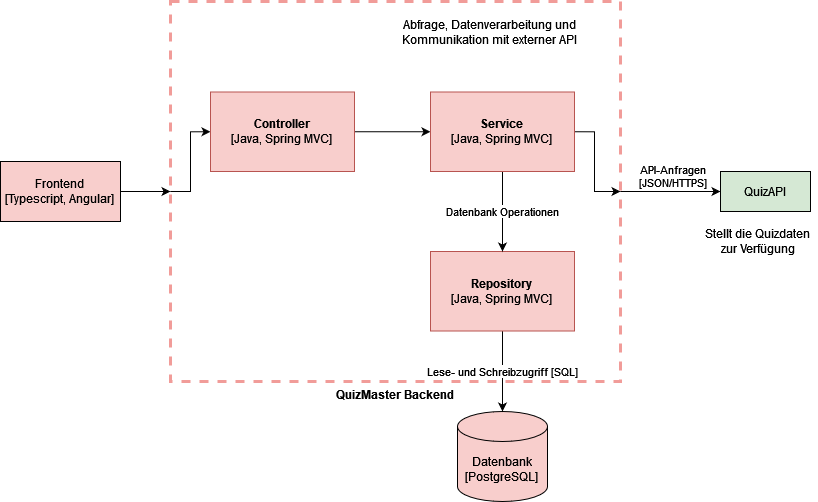
This is diagrams/ComponentDiagram.drawio.png from FranziskaGreiner/QuizMaster, a draw.io export, as it was before one commit. Source tidied: cells renumbered, new cells last; positions are measured from the earlier drawing's top-left corner, leaving out a move shared by most shapes.
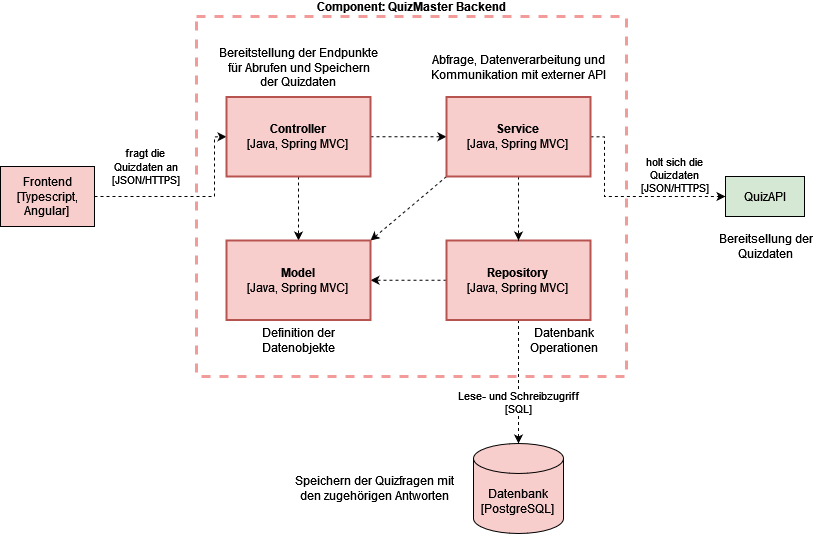
After the change.

Diff of the diagram source:
```diff
@@ -2,63 +2,86 @@
   <root>
     <mxCell id="0" />
     <mxCell id="1" parent="0" />
+    <mxCell id="5" value="Component: QuizMaster Backend" style="rounded=0;whiteSpace=wrap;html=1;fontStyle=1;fillColor=none;strokeColor=#F19C99;dashed=1;strokeWidth=3;labelPosition=center;verticalLabelPosition=top;align=center;verticalAlign=bottom;" parent="1" vertex="1">
+      <mxGeometry x="192" y="10" width="430" height="360" as="geometry" />
+    </mxCell>
-    <mxCell id="2" style="edgeStyle=orthogonalEdgeStyle;rounded=0;jettySize=auto;html=1;exitX=1;exitY=0.5;exitDx=0;exitDy=0;entryX=0;entryY=0.5;entryDx=0;entryDy=0;fontColor=#000000;strokeColor=#000000;" parent="1" edge="1" source="5" target="6">
-      <mxGeometry relative="1" as="geometry" />
+    <mxCell id="2" style="edgeStyle=orthogonalEdgeStyle;rounded=0;jettySize=auto;html=1;exitX=1;exitY=0.5;exitDx=0;exitDy=0;entryX=0;entryY=0.5;entryDx=0;entryDy=0;fontColor=#000000;strokeColor=#000000;dashed=1;" parent="1" edge="1" source="18" target="6">
+      <mxGeometry relative="1" as="geometry">
+        <Array as="points">
+          <mxPoint x="600" y="130" />
+          <mxPoint x="600" y="190" />
+        </Array>
+      </mxGeometry>
     </mxCell>
-    <mxCell id="3" value="&lt;div&gt;API-Anfragen&lt;/div&gt;&lt;div&gt;[JSON/HTTPS]&lt;br&gt;&lt;/div&gt;" style="edgeLabel;html=1;align=center;verticalAlign=bottom;fontColor=#000000;labelPosition=center;verticalLabelPosition=top;" parent="2" vertex="1">
+    <mxCell id="3" value="&lt;div&gt;holt sich die&lt;/div&gt;&lt;div&gt;Quizdaten&lt;br&gt;&lt;/div&gt;&lt;div&gt;[JSON/HTTPS]&lt;br&gt;&lt;/div&gt;" style="edgeLabel;html=1;align=center;verticalAlign=bottom;fontColor=#000000;labelPosition=center;verticalLabelPosition=top;" parent="2" vertex="1">
       <mxGeometry x="-0.19" y="-4" relative="1" as="geometry">
-        <mxPoint x="11" y="-4" as="offset" />
+        <mxPoint x="65" y="-4" as="offset" />
       </mxGeometry>
     </mxCell>
-    <mxCell id="4" style="edgeStyle=orthogonalEdgeStyle;rounded=0;jettySize=auto;html=1;exitX=0;exitY=0.5;exitDx=0;exitDy=0;entryX=0;entryY=0.5;entryDx=0;entryDy=0;" parent="1" edge="1" source="5" target="16">
-      <mxGeometry relative="1" as="geometry">
-        <Array as="points">
-          <mxPoint x="190" y="190" />
-          <mxPoint x="190" y="130" />
-        </Array>
-      </mxGeometry>
-    </mxCell>
-    <mxCell id="5" value="QuizMaster Backend" style="rounded=0;whiteSpace=wrap;html=1;fontStyle=1;fillColor=none;strokeColor=#F19C99;dashed=1;strokeWidth=3;labelPosition=center;verticalLabelPosition=bottom;align=center;verticalAlign=top;" parent="1" vertex="1">
-      <mxGeometry x="170" width="450" height="380" as="geometry" />
-    </mxCell>
     <mxCell id="6" value="QuizAPI" style="rounded=0;whiteSpace=wrap;html=1;fillColor=#d5e8d4;strokeColor=#000000;" parent="1" vertex="1">
-      <mxGeometry x="720" y="170" width="90" height="40" as="geometry" />
+      <mxGeometry x="721" y="170" width="79" height="40" as="geometry" />
     </mxCell>
-    <mxCell id="7" value="&lt;div&gt;Stellt die Quizdaten&lt;/div&gt;&lt;div&gt;zur Verfügung&lt;/div&gt;" style="text;html=1;align=center;verticalAlign=middle;strokeColor=none;fillColor=none;fontColor=#000000;" parent="1" vertex="1">
-      <mxGeometry x="697" y="220" width="120" height="40" as="geometry" />
+    <mxCell id="7" value="&lt;div&gt;Bereitsellung der&lt;/div&gt;&lt;div&gt;Quizdaten&lt;br&gt;&lt;/div&gt;" style="text;html=1;align=center;verticalAlign=middle;strokeColor=none;fillColor=none;fontColor=#000000;" parent="1" vertex="1">
+      <mxGeometry x="705.5" y="220" width="110" height="40" as="geometry" />
     </mxCell>
     <mxCell id="8" value="&lt;div&gt;Datenbank&lt;/div&gt;&lt;div&gt;[PostgreSQL]&lt;br&gt;&lt;/div&gt;" style="shape=cylinder3;whiteSpace=wrap;html=1;boundedLbl=1;backgroundOutline=1;size=15;fillColor=#F8CECC;" parent="1" vertex="1">
-      <mxGeometry x="457" y="410" width="90" height="90" as="geometry" />
+      <mxGeometry x="469" y="437" width="90" height="90" as="geometry" />
     </mxCell>
-    <mxCell id="9" style="edgeStyle=orthogonalEdgeStyle;rounded=0;jettySize=auto;html=1;exitX=1;exitY=0.5;exitDx=0;exitDy=0;entryX=0;entryY=0.5;entryDx=0;entryDy=0;" parent="1" edge="1" source="10" target="5">
-      <mxGeometry relative="1" as="geometry" />
+    <mxCell id="9" value="&lt;div&gt;fragt die&lt;br&gt;&lt;/div&gt;&lt;div&gt;Quizdaten an&lt;/div&gt;&lt;div&gt;[JSON/HTTPS]&lt;br&gt;&lt;/div&gt;" style="edgeStyle=orthogonalEdgeStyle;rounded=0;jettySize=auto;html=1;exitX=1;exitY=0.5;exitDx=0;exitDy=0;entryX=0;entryY=0.5;entryDx=0;entryDy=0;dashed=1;" parent="1" edge="1" source="10" target="16">
+      <mxGeometry x="-0.47" y="30" relative="1" as="geometry">
+        <Array as="points">
+          <mxPoint x="210" y="190" />
+          <mxPoint x="210" y="130" />
+        </Array>
+      </mxGeometry>
     </mxCell>
     <mxCell id="10" value="&lt;div&gt;Frontend&lt;/div&gt;&lt;div&gt;[Typescript, Angular]&lt;br&gt;&lt;/div&gt;" style="rounded=0;whiteSpace=wrap;html=1;fillColor=#F8CECC;" parent="1" vertex="1">
-      <mxGeometry y="160" width="120" height="60" as="geometry" />
+      <mxGeometry x="-4" y="160" width="94" height="60" as="geometry" />
     </mxCell>
-    <mxCell id="11" value="Lese- und Schreibzugriff [SQL]" style="edgeStyle=orthogonalEdgeStyle;rounded=0;jettySize=auto;html=1;entryX=0.5;entryY=0;entryDx=0;entryDy=0;entryPerimeter=0;exitX=0.5;exitY=1;exitDx=0;exitDy=0;" parent="1" edge="1" source="13" target="8">
-      <mxGeometry relative="1" as="geometry" />
+    <mxCell id="11" value="&lt;div&gt;Lese- und Schreibzugriff&lt;/div&gt;&lt;div&gt;[SQL]&lt;/div&gt;" style="edgeStyle=orthogonalEdgeStyle;rounded=0;jettySize=auto;html=1;entryX=0.5;entryY=0;entryDx=0;entryDy=0;entryPerimeter=0;exitX=0.5;exitY=1;exitDx=0;exitDy=0;dashed=1;" parent="1" edge="1" source="13" target="8">
+      <mxGeometry x="0.34" relative="1" as="geometry" />
     </mxCell>
-    <mxCell id="12" style="edgeStyle=orthogonalEdgeStyle;rounded=0;jettySize=auto;html=1;exitX=1;exitY=0.5;exitDx=0;exitDy=0;entryX=1;entryY=0.5;entryDx=0;entryDy=0;" parent="1" edge="1" source="18" target="5">
-      <mxGeometry relative="1" as="geometry" />
-    </mxCell>
+    <mxCell id="19" style="edgeStyle=orthogonalEdgeStyle;rounded=0;jettySize=auto;html=1;entryX=1;entryY=0.5;entryDx=0;entryDy=0;dashed=1;" parent="1" edge="1" source="13" target="25">
+      <mxGeometry relative="1" as="geometry" />
+    </mxCell>
-    <mxCell id="13" value="&lt;div&gt;&lt;b&gt;Repository&lt;/b&gt;&lt;/div&gt;&lt;div&gt;[Java, Spring MVC]&lt;br&gt;&lt;/div&gt;" style="rounded=0;whiteSpace=wrap;html=1;fillColor=#f8cecc;strokeColor=#b85450;" parent="1" vertex="1">
-      <mxGeometry x="430" y="250" width="144" height="79.5" as="geometry" />
+    <mxCell id="13" value="&lt;div&gt;&lt;b&gt;Repository&lt;/b&gt;&lt;/div&gt;&lt;div&gt;[Java, Spring MVC]&lt;br&gt;&lt;/div&gt;" style="rounded=0;whiteSpace=wrap;html=1;fillColor=#f8cecc;strokeColor=#b85450;strokeWidth=2;" parent="1" vertex="1">
+      <mxGeometry x="442" y="234" width="144" height="79.5" as="geometry" />
     </mxCell>
     <mxCell id="14" value="&lt;div&gt;Abfrage, Datenverarbeitung und&lt;br&gt;&lt;/div&gt;&lt;div&gt;Kommunikation mit externer API&lt;/div&gt;" style="text;html=1;align=center;verticalAlign=middle;strokeColor=none;fillColor=none;fontColor=#000000;" parent="1" vertex="1">
-      <mxGeometry x="394" y="10.5" width="190" height="40" as="geometry" />
+      <mxGeometry x="419" y="40.5" width="190" height="40" as="geometry" />
     </mxCell>
-    <mxCell id="15" style="edgeStyle=orthogonalEdgeStyle;rounded=0;jettySize=auto;html=1;exitX=1;exitY=0.5;exitDx=0;exitDy=0;entryX=0;entryY=0.5;entryDx=0;entryDy=0;" parent="1" edge="1" source="16" target="18">
+    <mxCell id="15" style="edgeStyle=orthogonalEdgeStyle;rounded=0;jettySize=auto;html=1;exitX=1;exitY=0.5;exitDx=0;exitDy=0;entryX=0;entryY=0.5;entryDx=0;entryDy=0;dashed=1;" parent="1" edge="1" source="16" target="18">
       <mxGeometry relative="1" as="geometry" />
     </mxCell>
+    <mxCell id="20" style="edgeStyle=orthogonalEdgeStyle;rounded=0;jettySize=auto;html=1;entryX=0.5;entryY=0;entryDx=0;entryDy=0;dashed=1;" parent="1" edge="1" source="16" target="25">
+      <mxGeometry relative="1" as="geometry" />
+    </mxCell>
-    <mxCell id="16" value="&lt;div&gt;&lt;b&gt;Controller&lt;/b&gt;&lt;/div&gt;&lt;div&gt;[Java, Spring MVC]&lt;br&gt;&lt;/div&gt;" style="rounded=0;whiteSpace=wrap;html=1;fillColor=#f8cecc;strokeColor=#b85450;" parent="1" vertex="1">
-      <mxGeometry x="210" y="90.5" width="144" height="79.5" as="geometry" />
+    <mxCell id="16" value="&lt;div&gt;&lt;b&gt;Controller&lt;/b&gt;&lt;/div&gt;&lt;div&gt;[Java, Spring MVC]&lt;br&gt;&lt;/div&gt;" style="rounded=0;whiteSpace=wrap;html=1;fillColor=#f8cecc;strokeColor=#b85450;strokeWidth=2;" parent="1" vertex="1">
+      <mxGeometry x="222" y="90.5" width="144" height="79.5" as="geometry" />
     </mxCell>
-    <mxCell id="17" value="Datenbank Operationen" style="edgeStyle=orthogonalEdgeStyle;rounded=0;jettySize=auto;html=1;exitX=0.5;exitY=1;exitDx=0;exitDy=0;entryX=0.5;entryY=0;entryDx=0;entryDy=0;" parent="1" edge="1" source="18" target="13">
+    <mxCell id="17" style="edgeStyle=orthogonalEdgeStyle;rounded=0;jettySize=auto;html=1;exitX=0.5;exitY=1;exitDx=0;exitDy=0;entryX=0.5;entryY=0;entryDx=0;entryDy=0;dashed=1;" parent="1" edge="1" source="18" target="13">
       <mxGeometry relative="1" as="geometry" />
     </mxCell>
+    <mxCell id="21" style="rounded=0;jettySize=auto;html=1;exitX=0;exitY=1;exitDx=0;exitDy=0;entryX=1;entryY=0;entryDx=0;entryDy=0;dashed=1;" parent="1" edge="1" source="18" target="25">
+      <mxGeometry relative="1" as="geometry" />
+    </mxCell>
-    <mxCell id="18" value="&lt;div&gt;&lt;b&gt;Service&lt;/b&gt;&lt;/div&gt;&lt;div&gt;[Java, Spring MVC]&lt;br&gt;&lt;/div&gt;" style="rounded=0;whiteSpace=wrap;html=1;fillColor=#f8cecc;strokeColor=#b85450;" parent="1" vertex="1">
-      <mxGeometry x="430" y="90.5" width="144" height="79.5" as="geometry" />
+    <mxCell id="18" value="&lt;div&gt;&lt;b&gt;Service&lt;/b&gt;&lt;/div&gt;&lt;div&gt;[Java, Spring MVC]&lt;br&gt;&lt;/div&gt;" style="rounded=0;whiteSpace=wrap;html=1;fillColor=#f8cecc;strokeColor=#b85450;strokeWidth=2;" parent="1" vertex="1">
+      <mxGeometry x="442" y="90.5" width="144" height="79.5" as="geometry" />
     </mxCell>
+    <mxCell id="22" value="&lt;div&gt;Bereitstellung der Endpunkte&lt;/div&gt;&lt;div&gt;für Abrufen und Speichern&lt;/div&gt;&lt;div&gt;der Quizdaten&lt;br&gt;&lt;/div&gt;" style="text;html=1;align=center;verticalAlign=middle;strokeColor=none;fillColor=none;fontColor=#000000;" parent="1" vertex="1">
+      <mxGeometry x="204" y="30.5" width="180" height="60" as="geometry" />
+    </mxCell>
+    <mxCell id="23" value="&lt;div&gt;Speichern der Quizfragen mit&lt;/div&gt;&lt;div&gt;den zugehörigen Antworten&lt;br&gt;&lt;/div&gt;" style="text;html=1;align=center;verticalAlign=middle;strokeColor=none;fillColor=none;fontColor=#000000;" parent="1" vertex="1">
+      <mxGeometry x="280" y="462" width="180" height="40" as="geometry" />
+    </mxCell>
+    <mxCell id="24" value="&lt;div&gt;Datenbank&lt;/div&gt;&lt;div&gt;Operationen&lt;br&gt;&lt;/div&gt;" style="text;html=1;align=center;verticalAlign=middle;strokeColor=none;fillColor=none;fontColor=#000000;" parent="1" vertex="1">
+      <mxGeometry x="514" y="313.5" width="90" height="40" as="geometry" />
+    </mxCell>
+    <mxCell id="25" value="&lt;div&gt;&lt;b&gt;Model&lt;/b&gt;&lt;/div&gt;&lt;div&gt;[Java, Spring MVC]&lt;br&gt;&lt;/div&gt;" style="rounded=0;whiteSpace=wrap;html=1;fillColor=#f8cecc;strokeColor=#b85450;strokeWidth=2;" parent="1" vertex="1">
+      <mxGeometry x="222" y="234" width="144" height="79.5" as="geometry" />
+    </mxCell>
+    <mxCell id="26" value="&lt;div&gt;Definition der&lt;/div&gt;&lt;div&gt;Datenobjekte&lt;br&gt;&lt;/div&gt;" style="text;html=1;align=center;verticalAlign=middle;strokeColor=none;fillColor=none;fontColor=#000000;" parent="1" vertex="1">
+      <mxGeometry x="249" y="313.5" width="90" height="40" as="geometry" />
+    </mxCell>
   </root>
 </mxGraphModel>
```
